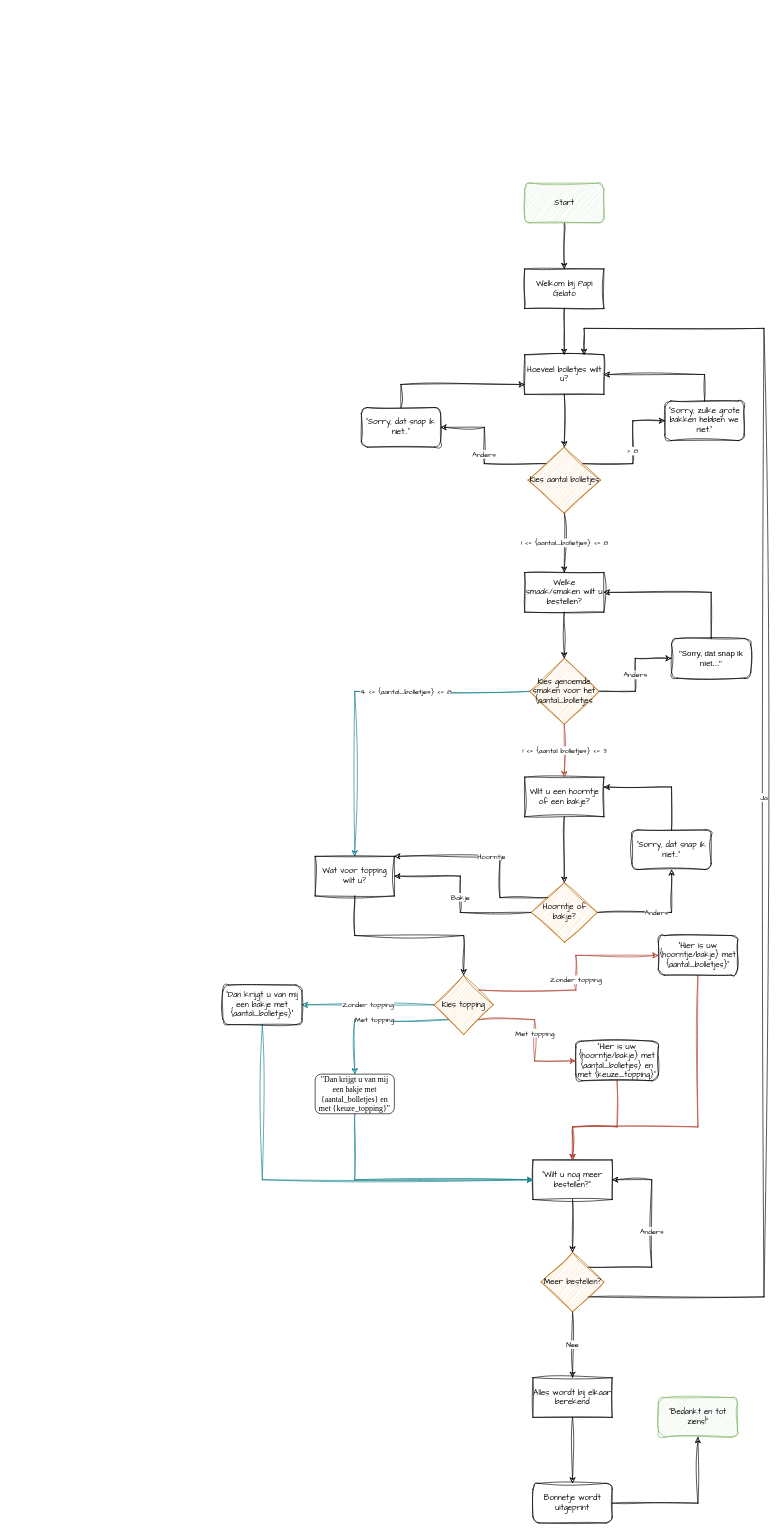
Earlier version of the draw.io diagram module 3/Proef/Proef - Diagram.drawio (SummerDallison/leren-programmeren). Source tidied: cells renumbered, new cells numbered last; positions are measured from the earlier drawing's top-left corner, leaving out a move shared by most shapes. Both pictures are drawn from the tidied source at 66%, with x=0, y=0 at pixel (222, 183).
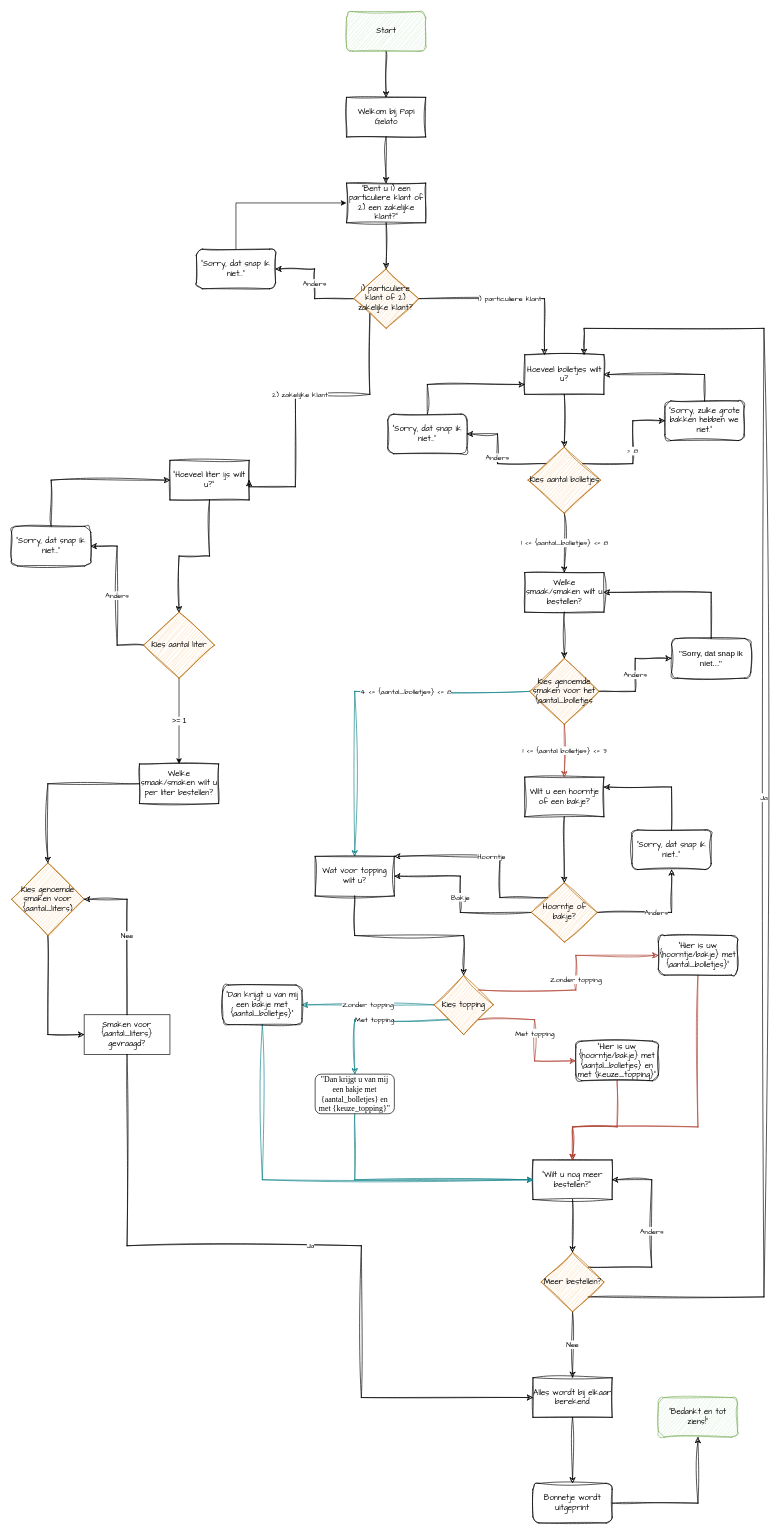
Above is the later version.

The change refers to these unchanged cells:
```xml
<mxCell id="7" value="Hoeveel bolletjes wilt u?" style="rounded=0;whiteSpace=wrap;html=1;fillColor=none;sketch=1;curveFitting=1;jiggle=2;fontFamily=Comic Sans MS;" parent="1" vertex="1">
  <mxGeometry x="457.5" y="260" width="120" height="60" as="geometry" />
</mxCell>
<mxCell id="34" value="Alles wordt bij elkaar berekend" style="rounded=0;whiteSpace=wrap;html=1;fillColor=none;sketch=1;curveFitting=1;jiggle=2;fontFamily=Comic Sans MS;" parent="1" vertex="1">
  <mxGeometry x="470" y="1810" width="120" height="60" as="geometry" />
</mxCell>
```

What changed in the source:
```diff
@@
     <mxCell id="3" value="Start" style="rounded=1;whiteSpace=wrap;html=1;fillColor=#d5e8d4;strokeColor=#82b366;sketch=1;curveFitting=1;jiggle=2;fontFamily=Comic Sans MS;" parent="1" vertex="1">
-      <mxGeometry x="457.5" width="120" height="60" as="geometry" />
+      <mxGeometry x="187.5" y="-260" width="120" height="60" as="geometry" />
     </mxCell>
-    <mxCell id="4" style="edgeStyle=orthogonalEdgeStyle;rounded=0;jettySize=auto;html=1;exitX=0.5;exitY=1;exitDx=0;exitDy=0;entryX=0.5;entryY=0;entryDx=0;entryDy=0;sketch=1;curveFitting=1;jiggle=2;" parent="1" edge="1" source="5" target="7">
-      <mxGeometry relative="1" as="geometry" />
-    </mxCell>
+    <mxCell id="58" style="edgeStyle=orthogonalEdgeStyle;rounded=0;jettySize=auto;html=1;exitX=0.5;exitY=1;exitDx=0;exitDy=0;entryX=0.5;entryY=0;entryDx=0;entryDy=0;sketch=1;curveFitting=1;jiggle=2;" parent="1" edge="1" source="5" target="60">
+      <mxGeometry relative="1" as="geometry" />
+    </mxCell>
     <mxCell id="5" value="Welkom bij Papi Gelato" style="rounded=0;whiteSpace=wrap;html=1;fillColor=none;sketch=1;curveFitting=1;jiggle=2;fontFamily=Comic Sans MS;" parent="1" vertex="1">
-      <mxGeometry x="457.5" y="130" width="120" height="60" as="geometry" />
+      <mxGeometry x="187.5" y="-130" width="120" height="60" as="geometry" />
     </mxCell>
@@
     <mxCell id="21" value="&quot;Sorry, dat snap ik niet...&quot;" style="rounded=1;whiteSpace=wrap;html=1;fontFamily=Comic Sans MS;fillColor=none;sketch=1;curveFitting=1;jiggle=2;" parent="1" vertex="1">
-      <mxGeometry x="210" y="340" width="120" height="60" as="geometry" />
+      <mxGeometry x="250" y="350" width="120" height="60" as="geometry" />
     </mxCell>
@@
+    <mxCell id="59" style="edgeStyle=orthogonalEdgeStyle;rounded=0;jettySize=auto;html=1;exitX=0.5;exitY=1;exitDx=0;exitDy=0;entryX=0.5;entryY=0;entryDx=0;entryDy=0;sketch=1;curveFitting=1;jiggle=2;" parent="1" edge="1" source="60" target="64">
+      <mxGeometry relative="1" as="geometry" />
+    </mxCell>
+    <mxCell id="60" value="&quot;Bent u 1) een particuliere klant of 2) een zakelijke klant?&quot;" style="rounded=0;whiteSpace=wrap;html=1;sketch=1;curveFitting=1;jiggle=2;fillColor=none;fontFamily=Comic Sans MS;" parent="1" vertex="1">
+      <mxGeometry x="187.5" width="120" height="60" as="geometry" />
+    </mxCell>
+    <mxCell id="61" value="1) particuliere klant" style="edgeStyle=orthogonalEdgeStyle;rounded=0;jettySize=auto;html=1;exitX=1;exitY=0.5;exitDx=0;exitDy=0;entryX=0.25;entryY=0;entryDx=0;entryDy=0;sketch=1;curveFitting=1;jiggle=2;fontFamily=Comic Sans MS;" parent="1" edge="1" source="64" target="7">
+      <mxGeometry relative="1" as="geometry" />
+    </mxCell>
+    <mxCell id="62" value="Anders" style="edgeStyle=orthogonalEdgeStyle;rounded=0;jettySize=auto;html=1;exitX=0;exitY=0.5;exitDx=0;exitDy=0;sketch=1;curveFitting=1;jiggle=2;align=center;fontFamily=Comic Sans MS;" parent="1" edge="1" source="64" target="75">
+      <mxGeometry relative="1" as="geometry" />
+    </mxCell>
+    <mxCell id="63" value="2) zakelijke klant" style="edgeStyle=orthogonalEdgeStyle;rounded=0;jettySize=auto;html=1;exitX=0;exitY=1;exitDx=0;exitDy=0;entryX=1;entryY=0.5;entryDx=0;entryDy=0;fontFamily=Comic Sans MS;sketch=1;curveFitting=1;jiggle=2;" parent="1" edge="1" source="64" target="66">
+      <mxGeometry relative="1" as="geometry">
+        <Array as="points">
+          <mxPoint x="223" y="320" />
+          <mxPoint x="110" y="320" />
+          <mxPoint x="110" y="460" />
+        </Array>
+      </mxGeometry>
+    </mxCell>
+    <mxCell id="64" value="1) particuliere klant of 2) zakelijke klant?" style="rhombus;whiteSpace=wrap;html=1;fontFamily=Comic Sans MS;sketch=1;curveFitting=1;jiggle=2;fillColor=#fad7ac;strokeColor=#b46504;" parent="1" vertex="1">
+      <mxGeometry x="198.3" y="130" width="98.4" height="90" as="geometry" />
+    </mxCell>
+    <mxCell id="65" style="edgeStyle=orthogonalEdgeStyle;rounded=0;jettySize=auto;html=1;exitX=0.5;exitY=1;exitDx=0;exitDy=0;entryX=0.5;entryY=0;entryDx=0;entryDy=0;sketch=1;curveFitting=1;jiggle=2;" parent="1" edge="1" source="66" target="69">
+      <mxGeometry relative="1" as="geometry" />
+    </mxCell>
+    <mxCell id="66" value="&quot;Hoeveel liter ijs wilt u?&quot;" style="rounded=0;whiteSpace=wrap;html=1;sketch=1;curveFitting=1;jiggle=2;fillColor=none;fontFamily=Comic Sans MS;" parent="1" vertex="1">
+      <mxGeometry x="-80" y="420" width="120" height="60" as="geometry" />
+    </mxCell>
+    <mxCell id="67" value="Anders" style="edgeStyle=orthogonalEdgeStyle;rounded=0;jettySize=auto;html=1;exitX=0;exitY=0.5;exitDx=0;exitDy=0;entryX=1;entryY=0.5;entryDx=0;entryDy=0;fontFamily=Comic Sans MS;sketch=1;curveFitting=1;jiggle=2;" parent="1" edge="1" source="69" target="73">
+      <mxGeometry relative="1" as="geometry" />
+    </mxCell>
+    <mxCell id="68" value="&amp;gt;= 1" style="edgeStyle=orthogonalEdgeStyle;rounded=0;jettySize=auto;html=1;exitX=0.5;exitY=1;exitDx=0;exitDy=0;" parent="1" edge="1" source="69" target="71">
+      <mxGeometry relative="1" as="geometry" />
+    </mxCell>
+    <mxCell id="69" value="Kies aantal liter" style="rhombus;whiteSpace=wrap;html=1;fontFamily=Comic Sans MS;fillColor=#fad7ac;strokeColor=#b46504;sketch=1;curveFitting=1;jiggle=2;" parent="1" vertex="1">
+      <mxGeometry x="-120" y="650" width="107.5" height="100" as="geometry" />
+    </mxCell>
+    <mxCell id="70" style="edgeStyle=orthogonalEdgeStyle;rounded=0;jettySize=auto;html=1;exitX=0;exitY=0.5;exitDx=0;exitDy=0;sketch=1;curveFitting=1;jiggle=2;" parent="1" edge="1" source="71" target="77">
+      <mxGeometry relative="1" as="geometry" />
+    </mxCell>
+    <mxCell id="71" value="Welke smaak/smaken wilt u per liter bestellen?" style="rounded=0;whiteSpace=wrap;html=1;fillColor=none;sketch=1;curveFitting=1;jiggle=2;fontFamily=Comic Sans MS;" parent="1" vertex="1">
+      <mxGeometry x="-126.2" y="880" width="120" height="60" as="geometry" />
+    </mxCell>
+    <mxCell id="72" style="edgeStyle=orthogonalEdgeStyle;rounded=0;jettySize=auto;html=1;exitX=0.5;exitY=0;exitDx=0;exitDy=0;entryX=0;entryY=0.5;entryDx=0;entryDy=0;sketch=1;curveFitting=1;jiggle=2;" parent="1" edge="1" source="73" target="66">
+      <mxGeometry relative="1" as="geometry" />
+    </mxCell>
+    <mxCell id="73" value="&quot;Sorry, dat snap ik niet...&quot;" style="rounded=1;whiteSpace=wrap;html=1;fontFamily=Comic Sans MS;fillColor=none;sketch=1;curveFitting=1;jiggle=2;" parent="1" vertex="1">
+      <mxGeometry x="-320" y="520" width="120" height="60" as="geometry" />
+    </mxCell>
+    <mxCell id="74" style="edgeStyle=orthogonalEdgeStyle;rounded=0;jettySize=auto;html=1;exitX=0.5;exitY=0;exitDx=0;exitDy=0;entryX=0;entryY=0.5;entryDx=0;entryDy=0;" parent="1" edge="1" source="75" target="60">
+      <mxGeometry relative="1" as="geometry" />
+    </mxCell>
+    <mxCell id="75" value="&quot;Sorry, dat snap ik niet...&quot;" style="rounded=1;whiteSpace=wrap;html=1;fontFamily=Comic Sans MS;fillColor=none;sketch=1;curveFitting=1;jiggle=2;" parent="1" vertex="1">
+      <mxGeometry x="-40" y="100" width="120" height="60" as="geometry" />
+    </mxCell>
+    <mxCell id="76" style="edgeStyle=orthogonalEdgeStyle;rounded=0;jettySize=auto;html=1;exitX=0.5;exitY=1;exitDx=0;exitDy=0;entryX=0;entryY=0.5;entryDx=0;entryDy=0;fillColor=none;sketch=1;curveFitting=1;jiggle=2;" parent="1" edge="1" source="77" target="80">
+      <mxGeometry relative="1" as="geometry" />
+    </mxCell>
+    <mxCell id="77" value="Kies genoemde smaken voor {aantal_liters)" style="rhombus;whiteSpace=wrap;html=1;fontFamily=Comic Sans MS;sketch=1;curveFitting=1;jiggle=2;fillColor=#fad7ac;strokeColor=#b46504;" parent="1" vertex="1">
+      <mxGeometry x="-320" y="1030" width="110" height="110" as="geometry" />
+    </mxCell>
+    <mxCell id="78" value="Nee" style="edgeStyle=orthogonalEdgeStyle;rounded=0;jettySize=auto;html=1;exitX=0.5;exitY=0;exitDx=0;exitDy=0;entryX=1;entryY=0.5;entryDx=0;entryDy=0;fontFamily=Comic Sans MS;sketch=1;curveFitting=1;jiggle=2;" parent="1" edge="1" source="80" target="77">
+      <mxGeometry relative="1" as="geometry" />
+    </mxCell>
+    <mxCell id="79" value="Ja" style="edgeStyle=orthogonalEdgeStyle;rounded=0;jettySize=auto;html=1;exitX=0.5;exitY=1;exitDx=0;exitDy=0;entryX=0;entryY=0.5;entryDx=0;entryDy=0;fontFamily=Comic Sans MS;sketch=1;curveFitting=1;jiggle=2;" parent="1" edge="1" source="80" target="34">
+      <mxGeometry relative="1" as="geometry">
+        <Array as="points">
+          <mxPoint x="-145" y="1610" />
+          <mxPoint x="210" y="1610" />
+          <mxPoint x="210" y="1840" />
+        </Array>
+      </mxGeometry>
+    </mxCell>
+    <mxCell id="80" value="Smaken voor {aantal_liters} gevraagd?" style="rounded=0;whiteSpace=wrap;html=1;fontFamily=Comic Sans MS;fillColor=none;" parent="1" vertex="1">
+      <mxGeometry x="-210" y="1260" width="130" height="60" as="geometry" />
+    </mxCell>
```
